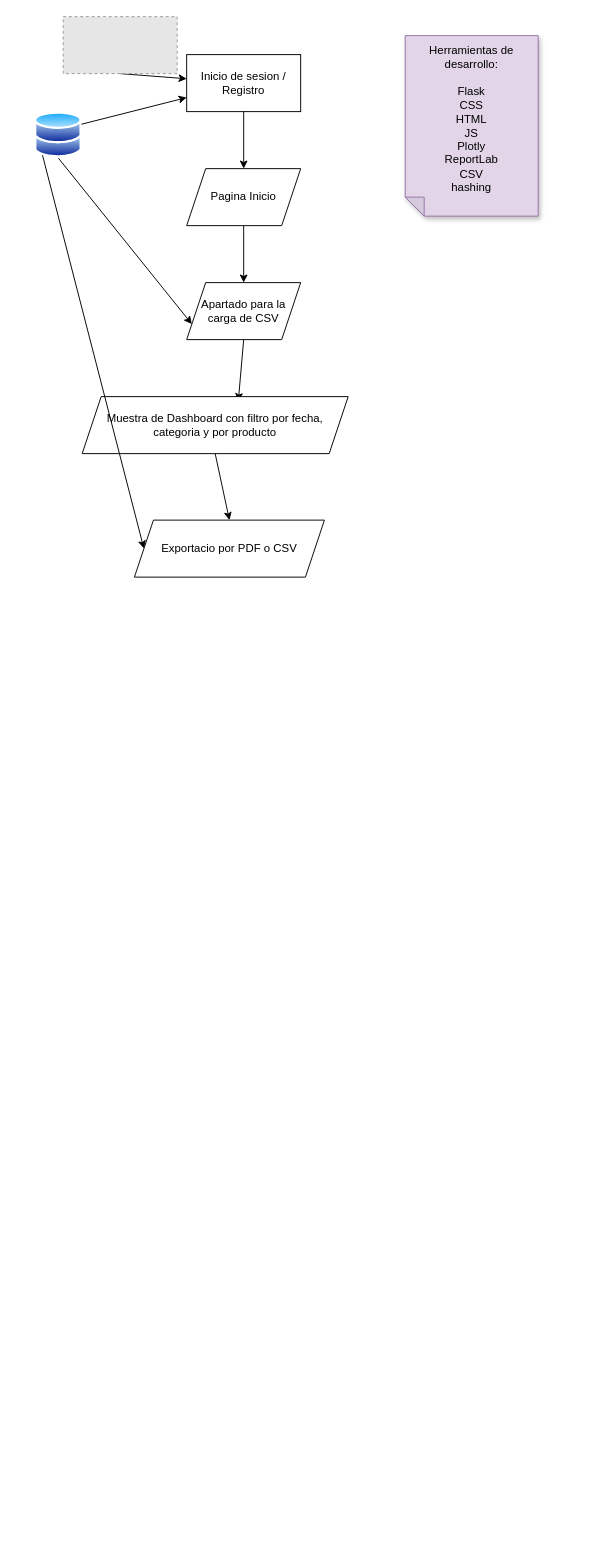
Earlier version of the draw.io diagram Arquitectura.drawio (yUMIP04/Sistema-de-Ventas-con-Dashboard). Source tidied: cells renumbered, new cells numbered last; positions are measured from the earlier drawing's top-left corner, leaving out a move shared by most shapes. Both pictures are drawn from the tidied source at 95%, with x=0, y=0 at pixel (34, 16). Pictures stored in the file or linked from it are replaced by grey dashed boxes.
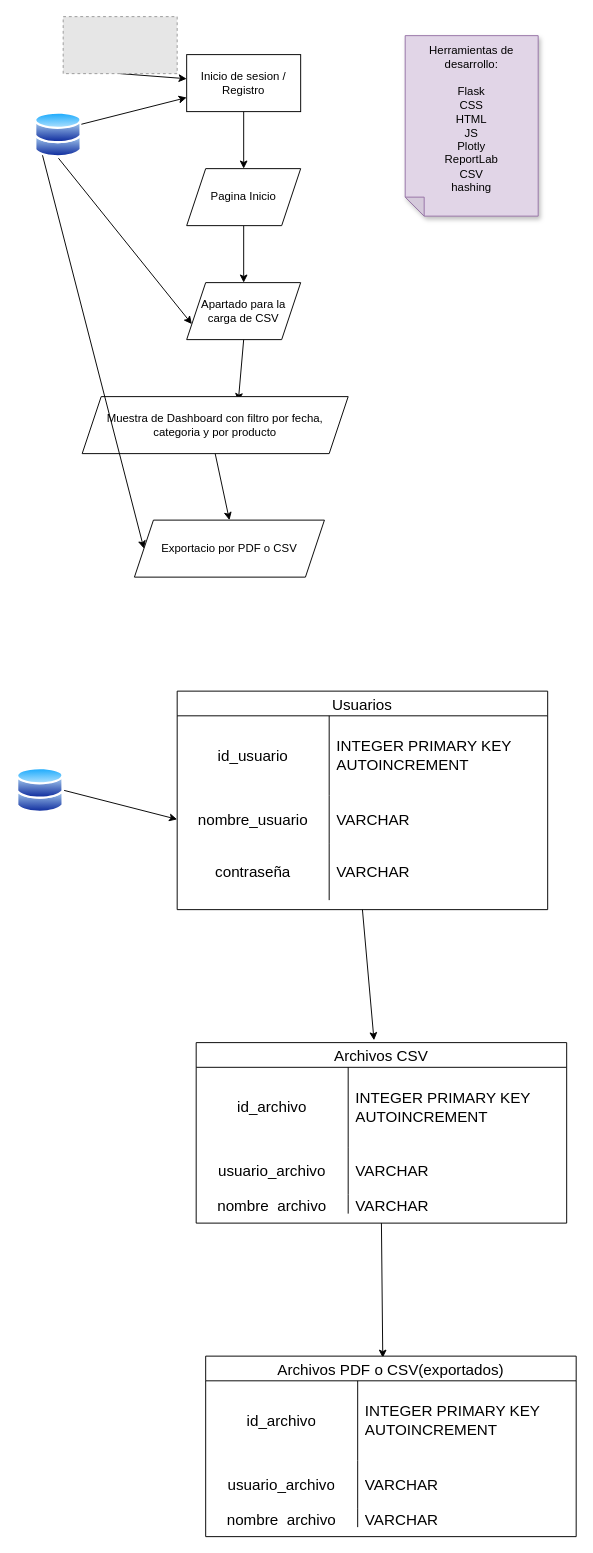
After the change.

The edit, as a diff of the source:
```diff
@@
+    <mxCell id="18" style="edgeStyle=none;html=1;exitX=1;exitY=0.5;exitDx=0;exitDy=0;entryX=0;entryY=0.5;entryDx=0;entryDy=0;" parent="1" edge="1" source="19" target="25">
+      <mxGeometry relative="1" as="geometry" />
+    </mxCell>
+    <mxCell id="19" style="image;perimeter=ellipsePerimeter;html=1;align=center;shadow=0;dashed=0;spacingTop=3;image=img/lib/active_directory/databases.svg;" parent="1" vertex="1">
+      <mxGeometry x="-19" y="790" width="50" height="49" as="geometry" />
+    </mxCell>
+    <mxCell id="20" style="edgeStyle=none;html=1;exitX=0.5;exitY=1;exitDx=0;exitDy=0;entryX=0.48;entryY=-0.013;entryDx=0;entryDy=0;entryPerimeter=0;" parent="1" edge="1" source="21" target="32">
+      <mxGeometry relative="1" as="geometry" />
+    </mxCell>
+    <mxCell id="21" value="Usuarios" style="shape=table;startSize=26;childLayout=tableLayout;rowLines=0;fontStyle=0;strokeColor=default;fontSize=16;" parent="1" vertex="1">
+      <mxGeometry x="150" y="710" width="390" height="230" as="geometry" />
+    </mxCell>
+    <mxCell id="22" style="shape=tableRow;horizontal=0;startSize=0;swimlaneHead=0;swimlaneBody=0;top=0;left=0;bottom=0;right=0;fillColor=none;strokeColor=inherit;fontSize=16;" parent="21" vertex="1">
+      <mxGeometry y="26" width="390" height="84" as="geometry" />
+    </mxCell>
+    <mxCell id="23" value="id_usuario" style="shape=partialRectangle;html=1;whiteSpace=wrap;fillColor=none;top=0;left=0;bottom=0;right=0;overflow=hidden;strokeColor=inherit;fontSize=16;" parent="22" vertex="1">
+      <mxGeometry width="160" height="84" as="geometry" />
+    </mxCell>
+    <mxCell id="24" value="INTEGER PRIMARY KEY AUTOINCREMENT" style="shape=partialRectangle;html=1;whiteSpace=wrap;fillColor=none;top=0;left=0;bottom=0;right=0;align=left;spacingLeft=6;overflow=hidden;strokeColor=inherit;fontSize=16;" parent="22" vertex="1">
+      <mxGeometry x="160" width="230" height="84" as="geometry" />
+    </mxCell>
+    <mxCell id="25" style="shape=tableRow;horizontal=0;startSize=0;swimlaneHead=0;swimlaneBody=0;top=0;left=0;bottom=0;right=0;fillColor=none;points=[[0,0.5],[1,0.5]];portConstraint=eastwest;strokeColor=inherit;fontSize=16;" parent="21" vertex="1">
+      <mxGeometry y="110" width="390" height="50" as="geometry" />
+    </mxCell>
+    <mxCell id="26" value="nombre_usuario" style="shape=partialRectangle;html=1;whiteSpace=wrap;fillColor=none;top=0;left=0;bottom=0;right=0;overflow=hidden;strokeColor=inherit;fontSize=16;" parent="25" vertex="1">
+      <mxGeometry width="160" height="50" as="geometry" />
+    </mxCell>
+    <mxCell id="27" value="VARCHAR" style="shape=partialRectangle;html=1;whiteSpace=wrap;fillColor=none;top=0;left=0;bottom=0;right=0;align=left;spacingLeft=6;overflow=hidden;strokeColor=inherit;fontSize=16;" parent="25" vertex="1">
+      <mxGeometry x="160" width="230" height="50" as="geometry" />
+    </mxCell>
+    <mxCell id="28" style="shape=tableRow;horizontal=0;startSize=0;swimlaneHead=0;swimlaneBody=0;top=0;left=0;bottom=0;right=0;fillColor=none;strokeColor=inherit;fontSize=16;" parent="21" vertex="1">
+      <mxGeometry y="160" width="390" height="60" as="geometry" />
+    </mxCell>
+    <mxCell id="29" value="contraseña" style="shape=partialRectangle;html=1;whiteSpace=wrap;fillColor=none;top=0;left=0;bottom=0;right=0;overflow=hidden;strokeColor=inherit;fontSize=16;" parent="28" vertex="1">
+      <mxGeometry width="160" height="60" as="geometry" />
+    </mxCell>
+    <mxCell id="30" value="VARCHAR" style="shape=partialRectangle;html=1;whiteSpace=wrap;fillColor=none;top=0;left=0;bottom=0;right=0;align=left;spacingLeft=6;overflow=hidden;strokeColor=inherit;fontSize=16;" parent="28" vertex="1">
+      <mxGeometry x="160" width="230" height="60" as="geometry" />
+    </mxCell>
+    <mxCell id="31" style="edgeStyle=none;html=1;exitX=0.5;exitY=1;exitDx=0;exitDy=0;entryX=0.478;entryY=0.009;entryDx=0;entryDy=0;entryPerimeter=0;" parent="1" edge="1" source="32" target="42">
+      <mxGeometry relative="1" as="geometry" />
+    </mxCell>
+    <mxCell id="32" value="Archivos CSV" style="shape=table;startSize=26;childLayout=tableLayout;rowLines=0;fontStyle=0;strokeColor=default;fontSize=16;" parent="1" vertex="1">
+      <mxGeometry x="170" y="1080" width="390" height="190" as="geometry" />
+    </mxCell>
+    <mxCell id="33" style="shape=tableRow;horizontal=0;startSize=0;swimlaneHead=0;swimlaneBody=0;top=0;left=0;bottom=0;right=0;fillColor=none;strokeColor=inherit;fontSize=16;" parent="32" vertex="1">
+      <mxGeometry y="26" width="390" height="84" as="geometry" />
+    </mxCell>
+    <mxCell id="34" value="id_archivo" style="shape=partialRectangle;html=1;whiteSpace=wrap;fillColor=none;top=0;left=0;bottom=0;right=0;overflow=hidden;strokeColor=inherit;fontSize=16;" parent="33" vertex="1">
+      <mxGeometry width="160" height="84" as="geometry" />
+    </mxCell>
+    <mxCell id="35" value="INTEGER PRIMARY KEY AUTOINCREMENT" style="shape=partialRectangle;html=1;whiteSpace=wrap;fillColor=none;top=0;left=0;bottom=0;right=0;align=left;spacingLeft=6;overflow=hidden;strokeColor=inherit;fontSize=16;" parent="33" vertex="1">
+      <mxGeometry x="160" width="230" height="84" as="geometry" />
+    </mxCell>
+    <mxCell id="36" style="shape=tableRow;horizontal=0;startSize=0;swimlaneHead=0;swimlaneBody=0;top=0;left=0;bottom=0;right=0;fillColor=none;strokeColor=inherit;fontSize=16;" parent="32" vertex="1">
+      <mxGeometry y="110" width="390" height="50" as="geometry" />
+    </mxCell>
+    <mxCell id="37" value="usuario_archivo" style="shape=partialRectangle;html=1;whiteSpace=wrap;fillColor=none;top=0;left=0;bottom=0;right=0;overflow=hidden;strokeColor=inherit;fontSize=16;" parent="36" vertex="1">
+      <mxGeometry width="160" height="50" as="geometry" />
+    </mxCell>
+    <mxCell id="38" value="VARCHAR" style="shape=partialRectangle;html=1;whiteSpace=wrap;fillColor=none;top=0;left=0;bottom=0;right=0;align=left;spacingLeft=6;overflow=hidden;strokeColor=inherit;fontSize=16;" parent="36" vertex="1">
+      <mxGeometry x="160" width="230" height="50" as="geometry" />
+    </mxCell>
+    <mxCell id="39" style="shape=tableRow;horizontal=0;startSize=0;swimlaneHead=0;swimlaneBody=0;top=0;left=0;bottom=0;right=0;fillColor=none;strokeColor=inherit;fontSize=16;" parent="32" vertex="1">
+      <mxGeometry y="160" width="390" height="20" as="geometry" />
+    </mxCell>
+    <mxCell id="40" value="nombre_archivo" style="shape=partialRectangle;html=1;whiteSpace=wrap;fillColor=none;top=0;left=0;bottom=0;right=0;overflow=hidden;strokeColor=inherit;fontSize=16;" parent="39" vertex="1">
+      <mxGeometry width="160" height="20" as="geometry" />
+    </mxCell>
+    <mxCell id="41" value="VARCHAR" style="shape=partialRectangle;html=1;whiteSpace=wrap;fillColor=none;top=0;left=0;bottom=0;right=0;align=left;spacingLeft=6;overflow=hidden;strokeColor=inherit;fontSize=16;" parent="39" vertex="1">
+      <mxGeometry x="160" width="230" height="20" as="geometry" />
+    </mxCell>
+    <mxCell id="42" value="Archivos PDF o CSV(exportados)" style="shape=table;startSize=26;childLayout=tableLayout;rowLines=0;fontStyle=0;strokeColor=default;fontSize=16;" parent="1" vertex="1">
+      <mxGeometry x="180" y="1410" width="390" height="190" as="geometry" />
+    </mxCell>
+    <mxCell id="43" style="shape=tableRow;horizontal=0;startSize=0;swimlaneHead=0;swimlaneBody=0;top=0;left=0;bottom=0;right=0;fillColor=none;strokeColor=inherit;fontSize=16;" parent="42" vertex="1">
+      <mxGeometry y="26" width="390" height="84" as="geometry" />
+    </mxCell>
+    <mxCell id="44" value="id_archivo" style="shape=partialRectangle;html=1;whiteSpace=wrap;fillColor=none;top=0;left=0;bottom=0;right=0;overflow=hidden;strokeColor=inherit;fontSize=16;" parent="43" vertex="1">
+      <mxGeometry width="160" height="84" as="geometry" />
+    </mxCell>
+    <mxCell id="45" value="INTEGER PRIMARY KEY AUTOINCREMENT" style="shape=partialRectangle;html=1;whiteSpace=wrap;fillColor=none;top=0;left=0;bottom=0;right=0;align=left;spacingLeft=6;overflow=hidden;strokeColor=inherit;fontSize=16;" parent="43" vertex="1">
+      <mxGeometry x="160" width="230" height="84" as="geometry" />
+    </mxCell>
+    <mxCell id="46" style="shape=tableRow;horizontal=0;startSize=0;swimlaneHead=0;swimlaneBody=0;top=0;left=0;bottom=0;right=0;fillColor=none;strokeColor=inherit;fontSize=16;" parent="42" vertex="1">
+      <mxGeometry y="110" width="390" height="50" as="geometry" />
+    </mxCell>
+    <mxCell id="47" value="usuario_archivo" style="shape=partialRectangle;html=1;whiteSpace=wrap;fillColor=none;top=0;left=0;bottom=0;right=0;overflow=hidden;strokeColor=inherit;fontSize=16;" parent="46" vertex="1">
+      <mxGeometry width="160" height="50" as="geometry" />
+    </mxCell>
+    <mxCell id="48" value="VARCHAR" style="shape=partialRectangle;html=1;whiteSpace=wrap;fillColor=none;top=0;left=0;bottom=0;right=0;align=left;spacingLeft=6;overflow=hidden;strokeColor=inherit;fontSize=16;" parent="46" vertex="1">
+      <mxGeometry x="160" width="230" height="50" as="geometry" />
+    </mxCell>
+    <mxCell id="49" style="shape=tableRow;horizontal=0;startSize=0;swimlaneHead=0;swimlaneBody=0;top=0;left=0;bottom=0;right=0;fillColor=none;strokeColor=inherit;fontSize=16;" parent="42" vertex="1">
+      <mxGeometry y="160" width="390" height="20" as="geometry" />
+    </mxCell>
+    <mxCell id="50" value="nombre_archivo" style="shape=partialRectangle;html=1;whiteSpace=wrap;fillColor=none;top=0;left=0;bottom=0;right=0;overflow=hidden;strokeColor=inherit;fontSize=16;" parent="49" vertex="1">
+      <mxGeometry width="160" height="20" as="geometry" />
+    </mxCell>
+    <mxCell id="51" value="VARCHAR" style="shape=partialRectangle;html=1;whiteSpace=wrap;fillColor=none;top=0;left=0;bottom=0;right=0;align=left;spacingLeft=6;overflow=hidden;strokeColor=inherit;fontSize=16;" parent="49" vertex="1">
+      <mxGeometry x="160" width="230" height="20" as="geometry" />
+    </mxCell>
```
